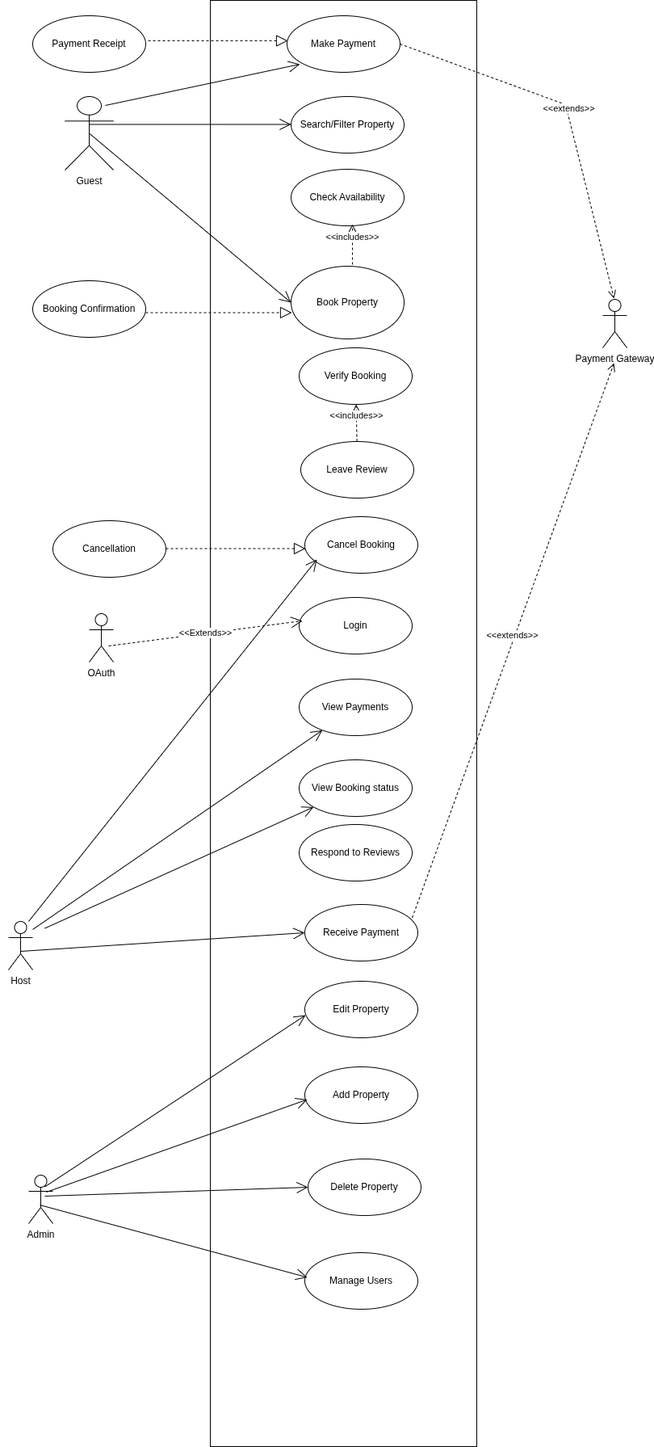
Before: use-case-diagram/airbnb-clone-usecase-diagram.drawio.png, a diagram exported from draw.io (elainees-devs/alx-airbnb-project-documentation). Source tidied: cells renumbered, new cells last; positions are measured from the earlier drawing's top-left corner, leaving out a move shared by most shapes.
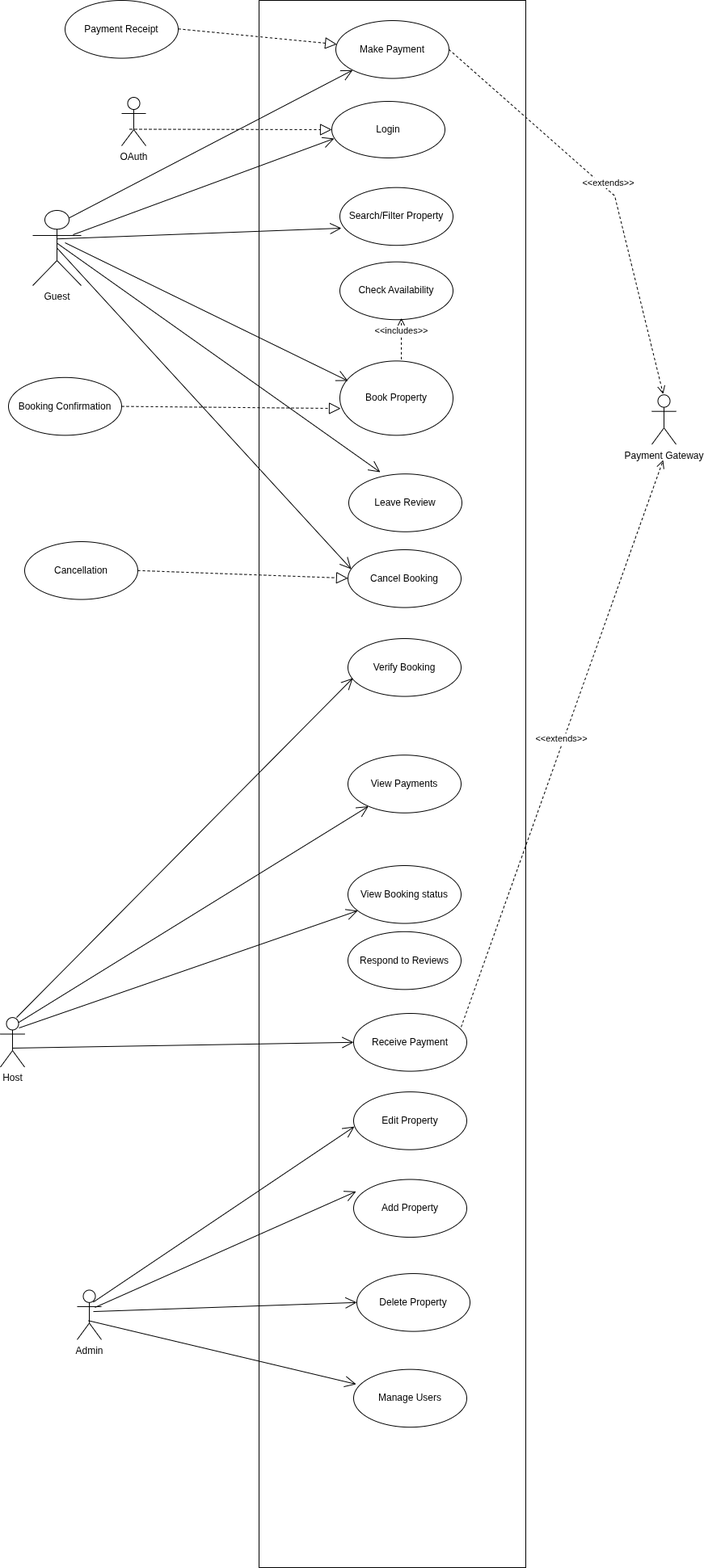
The same file after the commit.

Commit message:
chore: Update airbnb clone usecase diagram

The edit, as a diff of the source:
```diff
@@ -3,168 +3,102 @@
     <mxCell id="0" />
     <mxCell id="1" parent="0" />
     <mxCell id="2" style="group;" parent="1" vertex="1">
-      <mxGeometry width="776" height="1790" as="geometry" />
+      <mxGeometry width="776" height="1830" as="geometry" />
     </mxCell>
     <mxCell id="3" style="rounded=0;whiteSpace=wrap;html=1;" parent="2" vertex="1">
-      <mxGeometry x="260" width="330" height="1790" as="geometry" />
+      <mxGeometry x="260" y="-110" width="330" height="1940" as="geometry" />
     </mxCell>
     <mxCell id="4" value="Search/Filter Property" style="ellipse;whiteSpace=wrap;html=1;" parent="2" vertex="1">
-      <mxGeometry x="360" y="119" width="140" height="70" as="geometry" />
+      <mxGeometry x="360" y="121.7" width="140" height="71.6" as="geometry" />
     </mxCell>
-    <mxCell id="5" value="Login" style="ellipse;whiteSpace=wrap;html=1;" parent="2" vertex="1">
-      <mxGeometry x="370" y="739" width="140" height="70" as="geometry" />
-    </mxCell>
-    <mxCell id="6" value="Guest" style="shape=umlActor;verticalLabelPosition=bottom;verticalAlign=top;html=1;outlineConnect=0;" parent="2" vertex="1">
-      <mxGeometry x="80" y="119" width="60" height="91" as="geometry" />
-    </mxCell>
-    <mxCell id="7" value="OAuth" style="shape=umlActor;verticalLabelPosition=bottom;verticalAlign=top;html=1;" parent="2" vertex="1">
-      <mxGeometry x="110" y="759" width="30" height="60" as="geometry" />
-    </mxCell>
     <mxCell id="8" value="Check Availability" style="ellipse;whiteSpace=wrap;html=1;" parent="2" vertex="1">
-      <mxGeometry x="360" y="209" width="140" height="70" as="geometry" />
+      <mxGeometry x="360" y="213.7" width="140" height="71.6" as="geometry" />
     </mxCell>
     <mxCell id="9" value="Book Property" style="ellipse;whiteSpace=wrap;html=1;" parent="2" vertex="1">
-      <mxGeometry x="360" y="329" width="140" height="90" as="geometry" />
+      <mxGeometry x="360" y="336.4" width="140" height="92" as="geometry" />
     </mxCell>
     <mxCell id="10" value="Verify Booking" style="ellipse;whiteSpace=wrap;html=1;" parent="2" vertex="1">
-      <mxGeometry x="370" y="430" width="140" height="70" as="geometry" />
+      <mxGeometry x="370" y="680" width="140" height="71.6" as="geometry" />
     </mxCell>
     <mxCell id="11" value="Leave Review" style="ellipse;whiteSpace=wrap;html=1;" parent="2" vertex="1">
-      <mxGeometry x="372" y="546" width="140" height="70" as="geometry" />
+      <mxGeometry x="371" y="476.2" width="140" height="71.6" as="geometry" />
     </mxCell>
-    <mxCell id="12" value="&amp;lt;&amp;lt;includes&amp;gt;&amp;gt;" style="html=1;verticalAlign=bottom;endArrow=open;dashed=1;endSize=8;curved=0;rounded=0;" parent="2" edge="1" source="11" target="10">
-      <mxGeometry relative="1" as="geometry" />
-    </mxCell>
     <mxCell id="13" value="Add Property" style="ellipse;whiteSpace=wrap;html=1;" parent="2" vertex="1">
-      <mxGeometry x="377" y="1320" width="140" height="70" as="geometry" />
+      <mxGeometry x="377" y="1349.5" width="140" height="71.6" as="geometry" />
     </mxCell>
     <mxCell id="14" value="Cancel Booking" style="ellipse;whiteSpace=wrap;html=1;" parent="2" vertex="1">
-      <mxGeometry x="377" y="639" width="140" height="70" as="geometry" />
+      <mxGeometry x="370" y="570" width="140" height="71.6" as="geometry" />
     </mxCell>
     <mxCell id="15" value="Edit Property" style="ellipse;whiteSpace=wrap;html=1;" parent="2" vertex="1">
-      <mxGeometry x="377" y="1214" width="140" height="70" as="geometry" />
+      <mxGeometry x="377" y="1241.1" width="140" height="71.6" as="geometry" />
     </mxCell>
     <mxCell id="16" value="Delete Property" style="ellipse;whiteSpace=wrap;html=1;" parent="2" vertex="1">
-      <mxGeometry x="381" y="1434" width="140" height="70" as="geometry" />
+      <mxGeometry x="381" y="1466" width="140" height="71.6" as="geometry" />
     </mxCell>
     <mxCell id="17" value="Manage Users" style="ellipse;whiteSpace=wrap;html=1;" parent="2" vertex="1">
-      <mxGeometry x="377" y="1550" width="140" height="70" as="geometry" />
+      <mxGeometry x="377" y="1584.6" width="140" height="71.6" as="geometry" />
     </mxCell>
     <mxCell id="18" value="View Payments" style="ellipse;whiteSpace=wrap;html=1;" parent="2" vertex="1">
-      <mxGeometry x="370" y="840" width="140" height="70" as="geometry" />
+      <mxGeometry x="370" y="824.2" width="140" height="71.6" as="geometry" />
     </mxCell>
     <mxCell id="19" value="Payment Gateway" style="shape=umlActor;verticalLabelPosition=bottom;verticalAlign=top;html=1;" parent="2" vertex="1">
-      <mxGeometry x="746" y="370" width="30" height="60" as="geometry" />
+      <mxGeometry x="746" y="378.3" width="30" height="61.3" as="geometry" />
     </mxCell>
     <mxCell id="20" value="&amp;lt;&amp;lt;includes&amp;gt;&amp;gt;" style="html=1;verticalAlign=bottom;endArrow=open;dashed=1;endSize=8;curved=0;rounded=0;" parent="2" edge="1">
       <mxGeometry relative="1" as="geometry">
-        <mxPoint x="436" y="327" as="sourcePoint" />
-        <mxPoint x="436" y="277" as="targetPoint" />
+        <mxPoint x="436" y="334.3" as="sourcePoint" />
+        <mxPoint x="436" y="283.2" as="targetPoint" />
       </mxGeometry>
     </mxCell>
     <mxCell id="21" value="&amp;lt;&amp;lt;extends&amp;gt;&amp;gt;" style="html=1;verticalAlign=bottom;endArrow=open;dashed=1;endSize=8;curved=0;rounded=0;exitX=1;exitY=0.5;exitDx=0;exitDy=0;" parent="2" edge="1" source="22">
       <mxGeometry relative="1" as="geometry">
-        <mxPoint x="760" y="369" as="targetPoint" />
+        <mxPoint x="760" y="377.2" as="targetPoint" />
         <Array as="points">
-          <mxPoint x="700" y="129" />
+          <mxPoint x="700" y="131.9" />
         </Array>
       </mxGeometry>
     </mxCell>
-    <mxCell id="22" value="Make Payment" style="ellipse;whiteSpace=wrap;html=1;" parent="2" vertex="1">
-      <mxGeometry x="355" y="19" width="140" height="70" as="geometry" />
-    </mxCell>
     <mxCell id="23" value="&amp;lt;&amp;lt;extends&amp;gt;&amp;gt;" style="html=1;verticalAlign=bottom;endArrow=open;dashed=1;endSize=8;curved=0;rounded=0;exitX=0.936;exitY=0.314;exitDx=0;exitDy=0;exitPerimeter=0;" parent="2" edge="1" source="39">
       <mxGeometry relative="1" as="geometry">
-        <mxPoint x="760" y="449" as="targetPoint" />
+        <mxPoint x="760" y="459" as="targetPoint" />
       </mxGeometry>
     </mxCell>
-    <mxCell id="24" value="Payment Receipt" style="ellipse;whiteSpace=wrap;html=1;" parent="2" vertex="1">
-      <mxGeometry x="40" y="19" width="140" height="70" as="geometry" />
-    </mxCell>
     <mxCell id="25" value="Booking Confirmation" style="ellipse;whiteSpace=wrap;html=1;" parent="2" vertex="1">
-      <mxGeometry x="40" y="347" width="140" height="70" as="geometry" />
+      <mxGeometry x="-50" y="356.8" width="140" height="71.6" as="geometry" />
     </mxCell>
-    <mxCell id="26" style="endArrow=block;dashed=1;endFill=0;endSize=12;html=1;rounded=0;" parent="2" edge="1">
-      <mxGeometry relative="1" as="geometry">
-        <mxPoint x="183" y="50" as="sourcePoint" />
-        <mxPoint x="356" y="50" as="targetPoint" />
-      </mxGeometry>
-    </mxCell>
-    <mxCell id="27" style="endArrow=block;dashed=1;endFill=0;endSize=12;html=1;rounded=0;" parent="2" edge="1">
+    <mxCell id="27" style="endArrow=block;dashed=1;endFill=0;endSize=12;html=1;rounded=0;exitX=1;exitY=0.5;exitDx=0;exitDy=0;" parent="2" edge="1" source="25">
       <mxGeometry relative="1" as="geometry">
-        <mxPoint x="180" y="386.5" as="sourcePoint" />
-        <mxPoint x="361" y="386.5" as="targetPoint" />
+        <mxPoint x="361" y="395.1" as="targetPoint" />
       </mxGeometry>
     </mxCell>
-    <mxCell id="28" style="endArrow=open;endFill=1;endSize=12;html=1;rounded=0;" parent="2" edge="1">
-      <mxGeometry relative="1" as="geometry">
-        <mxPoint x="130" y="130" as="sourcePoint" />
-        <mxPoint x="371" y="79" as="targetPoint" />
-      </mxGeometry>
-    </mxCell>
-    <mxCell id="29" style="endArrow=open;endFill=1;endSize=12;html=1;rounded=0;exitX=0.5;exitY=0.379;exitDx=0;exitDy=0;exitPerimeter=0;" parent="2" edge="1" source="6">
-      <mxGeometry relative="1" as="geometry">
-        <mxPoint x="360" y="153.5" as="targetPoint" />
-      </mxGeometry>
-    </mxCell>
-    <mxCell id="30" style="endArrow=open;endFill=1;endSize=12;html=1;rounded=0;entryX=0;entryY=0.5;entryDx=0;entryDy=0;exitX=0.5;exitY=0.5;exitDx=0;exitDy=0;exitPerimeter=0;" parent="2" edge="1" source="6" target="9">
-      <mxGeometry relative="1" as="geometry" />
-    </mxCell>
     <mxCell id="31" value="Cancellation" style="ellipse;whiteSpace=wrap;html=1;" parent="2" vertex="1">
-      <mxGeometry x="65" y="644" width="140" height="70" as="geometry" />
+      <mxGeometry x="-30" y="560" width="140" height="71.6" as="geometry" />
     </mxCell>
-    <mxCell id="32" style="endArrow=block;dashed=1;endFill=0;endSize=12;html=1;rounded=0;" parent="2" edge="1">
+    <mxCell id="32" style="endArrow=block;dashed=1;endFill=0;endSize=12;html=1;rounded=0;exitX=1;exitY=0.5;exitDx=0;exitDy=0;" parent="2" edge="1" source="31">
       <mxGeometry relative="1" as="geometry">
-        <mxPoint x="205" y="678.5" as="sourcePoint" />
-        <mxPoint x="378" y="678.5" as="targetPoint" />
+        <mxPoint x="370" y="605.3" as="targetPoint" />
       </mxGeometry>
     </mxCell>
-    <mxCell id="33" style="endArrow=open;endFill=1;endSize=12;html=1;rounded=0;entryX=0.107;entryY=0.757;entryDx=0;entryDy=0;entryPerimeter=0;" parent="2" edge="1" target="14">
-      <mxGeometry relative="1" as="geometry">
-        <mxPoint x="35" y="1140" as="sourcePoint" />
-      </mxGeometry>
-    </mxCell>
-    <mxCell id="34" value="&amp;lt;&amp;lt;Extends&amp;gt;&amp;gt;" style="endArrow=open;endSize=12;dashed=1;html=1;rounded=0;entryX=0.029;entryY=0.414;entryDx=0;entryDy=0;entryPerimeter=0;" parent="2" edge="1" target="5">
-      <mxGeometry relative="1" as="geometry">
-        <mxPoint x="134" y="799" as="sourcePoint" />
-      </mxGeometry>
-    </mxCell>
-    <mxCell id="35" style="endArrow=open;endFill=1;endSize=12;html=1;rounded=0;" parent="2" edge="1" target="18">
-      <mxGeometry relative="1" as="geometry">
-        <mxPoint x="40" y="1150" as="sourcePoint" />
-      </mxGeometry>
-    </mxCell>
-    <mxCell id="36" style="endArrow=open;endFill=1;endSize=12;html=1;rounded=0;" parent="2" edge="1" target="38">
-      <mxGeometry relative="1" as="geometry">
-        <mxPoint x="55" y="1148.5" as="sourcePoint" />
-      </mxGeometry>
-    </mxCell>
-    <mxCell id="37" style="endArrow=open;endFill=1;endSize=12;html=1;rounded=0;exitX=0.5;exitY=0.617;exitDx=0;exitDy=0;exitPerimeter=0;entryX=0;entryY=0.5;entryDx=0;entryDy=0;" parent="2" edge="1" source="41" target="39">
-      <mxGeometry relative="1" as="geometry" />
-    </mxCell>
     <mxCell id="38" value="View Booking status" style="ellipse;whiteSpace=wrap;html=1;" parent="2" vertex="1">
-      <mxGeometry x="370" y="940" width="140" height="70" as="geometry" />
+      <mxGeometry x="370" y="961" width="140" height="71.6" as="geometry" />
     </mxCell>
     <mxCell id="39" value="Receive Payment" style="ellipse;whiteSpace=wrap;html=1;" parent="2" vertex="1">
-      <mxGeometry x="377" y="1119" width="140" height="70" as="geometry" />
+      <mxGeometry x="377" y="1144" width="140" height="71.6" as="geometry" />
     </mxCell>
     <mxCell id="40" value="Respond to Reviews" style="ellipse;whiteSpace=wrap;html=1;" parent="2" vertex="1">
-      <mxGeometry x="370" y="1020" width="140" height="70" as="geometry" />
+      <mxGeometry x="370" y="1042.8" width="140" height="71.6" as="geometry" />
     </mxCell>
-    <mxCell id="41" value="Host" style="shape=umlActor;verticalLabelPosition=bottom;verticalAlign=top;html=1;" parent="2" vertex="1">
-      <mxGeometry x="10" y="1140" width="30" height="60" as="geometry" />
-    </mxCell>
     <mxCell id="42" value="Admin" style="shape=umlActor;verticalLabelPosition=bottom;verticalAlign=top;html=1;" parent="2" vertex="1">
-      <mxGeometry x="35" y="1454" width="30" height="60" as="geometry" />
+      <mxGeometry x="35" y="1486.5" width="30" height="61.3" as="geometry" />
     </mxCell>
     <mxCell id="43" style="endArrow=open;endFill=1;endSize=12;html=1;rounded=0;entryX=0.007;entryY=0.6;entryDx=0;entryDy=0;entryPerimeter=0;" parent="2" edge="1" target="15">
       <mxGeometry relative="1" as="geometry">
-        <mxPoint x="55" y="1468.5" as="sourcePoint" />
+        <mxPoint x="55" y="1501.3" as="sourcePoint" />
       </mxGeometry>
     </mxCell>
     <mxCell id="44" style="endArrow=open;endFill=1;endSize=12;html=1;rounded=0;entryX=0;entryY=0.5;entryDx=0;entryDy=0;" parent="2" edge="1" target="16">
       <mxGeometry relative="1" as="geometry">
-        <mxPoint x="55" y="1480" as="sourcePoint" />
+        <mxPoint x="55" y="1513.1" as="sourcePoint" />
       </mxGeometry>
     </mxCell>
     <mxCell id="45" style="endArrow=open;endFill=1;endSize=12;html=1;rounded=0;entryX=0.364;entryY=0.883;entryDx=0;entryDy=0;entryPerimeter=0;exitX=0.467;exitY=0.617;exitDx=0;exitDy=0;exitPerimeter=0;" parent="2" edge="1" source="42" target="3">
@@ -173,5 +107,72 @@
     <mxCell id="46" style="endArrow=open;endFill=1;endSize=12;html=1;rounded=0;exitX=0.733;exitY=0.35;exitDx=0;exitDy=0;exitPerimeter=0;entryX=0.364;entryY=0.76;entryDx=0;entryDy=0;entryPerimeter=0;" parent="2" edge="1" source="42" target="3">
       <mxGeometry relative="1" as="geometry" />
     </mxCell>
+    <mxCell id="5" value="Login" style="ellipse;whiteSpace=wrap;html=1;" parent="2" vertex="1">
+      <mxGeometry x="350" y="15" width="140" height="70" as="geometry" />
+    </mxCell>
+    <mxCell id="22" value="Make Payment" style="ellipse;whiteSpace=wrap;html=1;" parent="2" vertex="1">
+      <mxGeometry x="355" y="-85" width="140" height="71.6" as="geometry" />
+    </mxCell>
+    <mxCell id="47" style="endArrow=open;endFill=1;endSize=12;html=1;rounded=0;entryX=0.021;entryY=0.657;entryDx=0;entryDy=0;entryPerimeter=0;" parent="2" edge="1" target="5">
+      <mxGeometry relative="1" as="geometry">
+        <mxPoint x="30" y="180" as="sourcePoint" />
+      </mxGeometry>
+    </mxCell>
+    <mxCell id="7" value="OAuth" style="shape=umlActor;verticalLabelPosition=bottom;verticalAlign=top;html=1;" parent="2" vertex="1">
+      <mxGeometry x="90" y="10" width="30" height="60" as="geometry" />
+    </mxCell>
+    <mxCell id="48" style="endArrow=block;dashed=1;endFill=0;endSize=12;html=1;rounded=0;" parent="2" edge="1" target="5">
+      <mxGeometry relative="1" as="geometry">
+        <mxPoint x="100" y="49.5" as="sourcePoint" />
+      </mxGeometry>
+    </mxCell>
+    <mxCell id="24" value="Payment Receipt" style="ellipse;whiteSpace=wrap;html=1;" parent="1" vertex="1">
+      <mxGeometry x="20" y="-110" width="140" height="71.6" as="geometry" />
+    </mxCell>
+    <mxCell id="6" value="Guest" style="shape=umlActor;verticalLabelPosition=bottom;verticalAlign=top;html=1;outlineConnect=0;" parent="1" vertex="1">
+      <mxGeometry x="-20" y="150" width="60" height="93" as="geometry" />
+    </mxCell>
+    <mxCell id="49" style="endArrow=open;endFill=1;endSize=12;html=1;rounded=0;exitX=0.75;exitY=0.1;exitDx=0;exitDy=0;exitPerimeter=0;" parent="1" edge="1" source="6" target="22">
+      <mxGeometry relative="1" as="geometry" />
+    </mxCell>
+    <mxCell id="50" style="endArrow=open;endFill=1;endSize=12;html=1;rounded=0;entryX=0.029;entryY=0.335;entryDx=0;entryDy=0;entryPerimeter=0;exitX=0.5;exitY=0.5;exitDx=0;exitDy=0;exitPerimeter=0;" parent="1" edge="1" source="6" target="14">
+      <mxGeometry relative="1" as="geometry" />
+    </mxCell>
+    <mxCell id="51" style="endArrow=open;endFill=1;endSize=12;html=1;rounded=0;exitX=0.5;exitY=0.5;exitDx=0;exitDy=0;exitPerimeter=0;entryX=0.064;entryY=0.333;entryDx=0;entryDy=0;entryPerimeter=0;" parent="1" edge="1">
+      <mxGeometry relative="1" as="geometry">
+        <mxPoint x="10" y="190.5" as="sourcePoint" />
+        <mxPoint x="410" y="474" as="targetPoint" />
+      </mxGeometry>
+    </mxCell>
+    <mxCell id="52" style="endArrow=open;endFill=1;endSize=12;html=1;rounded=0;entryX=0.071;entryY=0.268;entryDx=0;entryDy=0;entryPerimeter=0;" parent="1" edge="1" target="9">
+      <mxGeometry relative="1" as="geometry">
+        <mxPoint x="20" y="190" as="sourcePoint" />
+      </mxGeometry>
+    </mxCell>
+    <mxCell id="29" style="endArrow=open;endFill=1;endSize=12;html=1;rounded=0;exitX=0.5;exitY=0.379;exitDx=0;exitDy=0;exitPerimeter=0;entryX=0.014;entryY=0.703;entryDx=0;entryDy=0;entryPerimeter=0;" parent="1" edge="1" source="6" target="4">
+      <mxGeometry relative="1" as="geometry" />
+    </mxCell>
+    <mxCell id="53" style="endArrow=block;dashed=1;endFill=0;endSize=12;html=1;rounded=0;" parent="1" edge="1" target="22">
+      <mxGeometry relative="1" as="geometry">
+        <mxPoint x="160" y="-74.7" as="sourcePoint" />
+      </mxGeometry>
+    </mxCell>
+    <mxCell id="41" value="Host" style="shape=umlActor;verticalLabelPosition=bottom;verticalAlign=top;html=1;" parent="1" vertex="1">
+      <mxGeometry x="-60" y="1149.1" width="30" height="61.3" as="geometry" />
+    </mxCell>
+    <mxCell id="37" style="endArrow=open;endFill=1;endSize=12;html=1;rounded=0;exitX=0.5;exitY=0.617;exitDx=0;exitDy=0;exitPerimeter=0;entryX=0;entryY=0.5;entryDx=0;entryDy=0;" parent="1" edge="1" source="41" target="39">
+      <mxGeometry relative="1" as="geometry" />
+    </mxCell>
+    <mxCell id="54" style="endArrow=open;endFill=1;endSize=12;html=1;rounded=0;entryX=0.043;entryY=0.685;entryDx=0;entryDy=0;entryPerimeter=0;" parent="1" edge="1" target="10">
+      <mxGeometry relative="1" as="geometry">
+        <mxPoint x="-40" y="1149.1" as="sourcePoint" />
+      </mxGeometry>
+    </mxCell>
+    <mxCell id="35" style="endArrow=open;endFill=1;endSize=12;html=1;rounded=0;exitX=0.75;exitY=0.1;exitDx=0;exitDy=0;exitPerimeter=0;" parent="1" edge="1" source="41" target="18">
+      <mxGeometry relative="1" as="geometry" />
+    </mxCell>
+    <mxCell id="36" style="endArrow=open;endFill=1;endSize=12;html=1;rounded=0;exitX=0.767;exitY=0.21;exitDx=0;exitDy=0;exitPerimeter=0;" parent="1" edge="1" source="41" target="38">
+      <mxGeometry relative="1" as="geometry" />
+    </mxCell>
   </root>
 </mxGraphModel>
```
